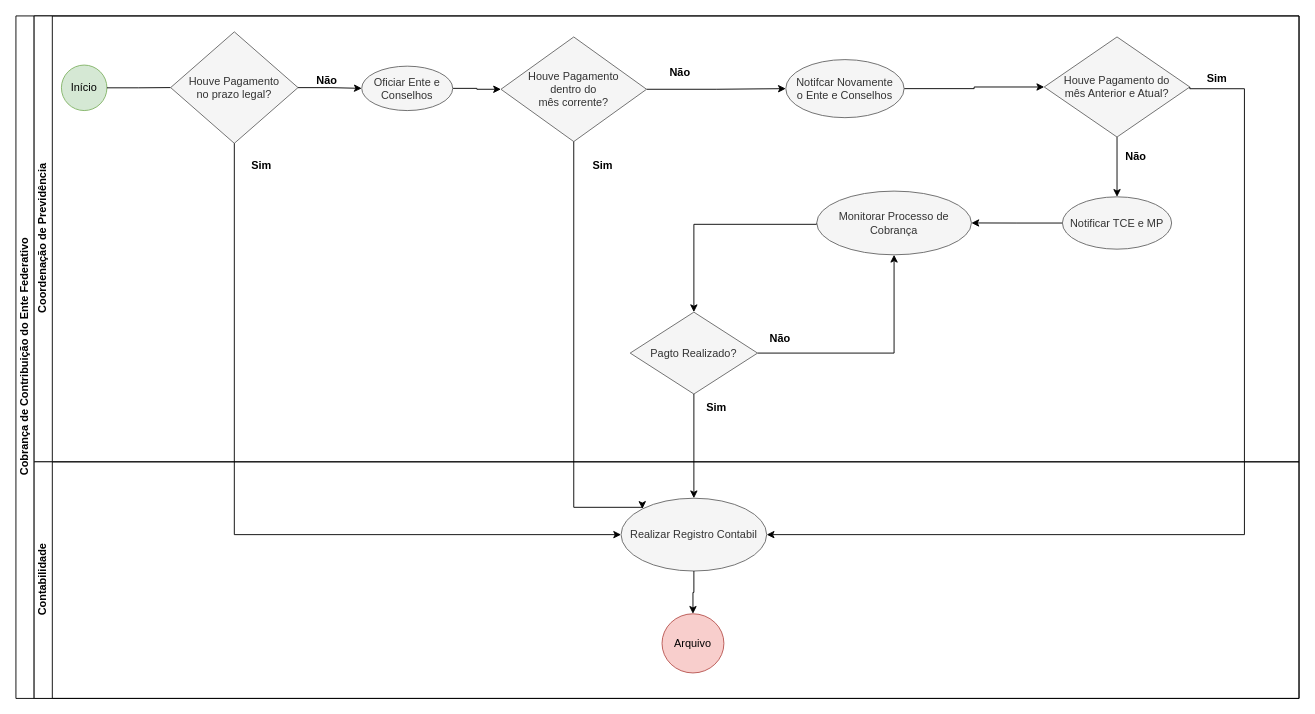
Above: CobrancaAtrasoDoEnte.drawio in Ramaniks/fluxogramas-toledoprev (draw.io), before the change. Source tidied: cells renumbered, new cells numbered last; positions are measured from the earlier drawing's top-left corner, leaving out a move shared by most shapes. Both pictures are drawn from the tidied source at 91%, with x=0, y=0 at pixel (15, 15).
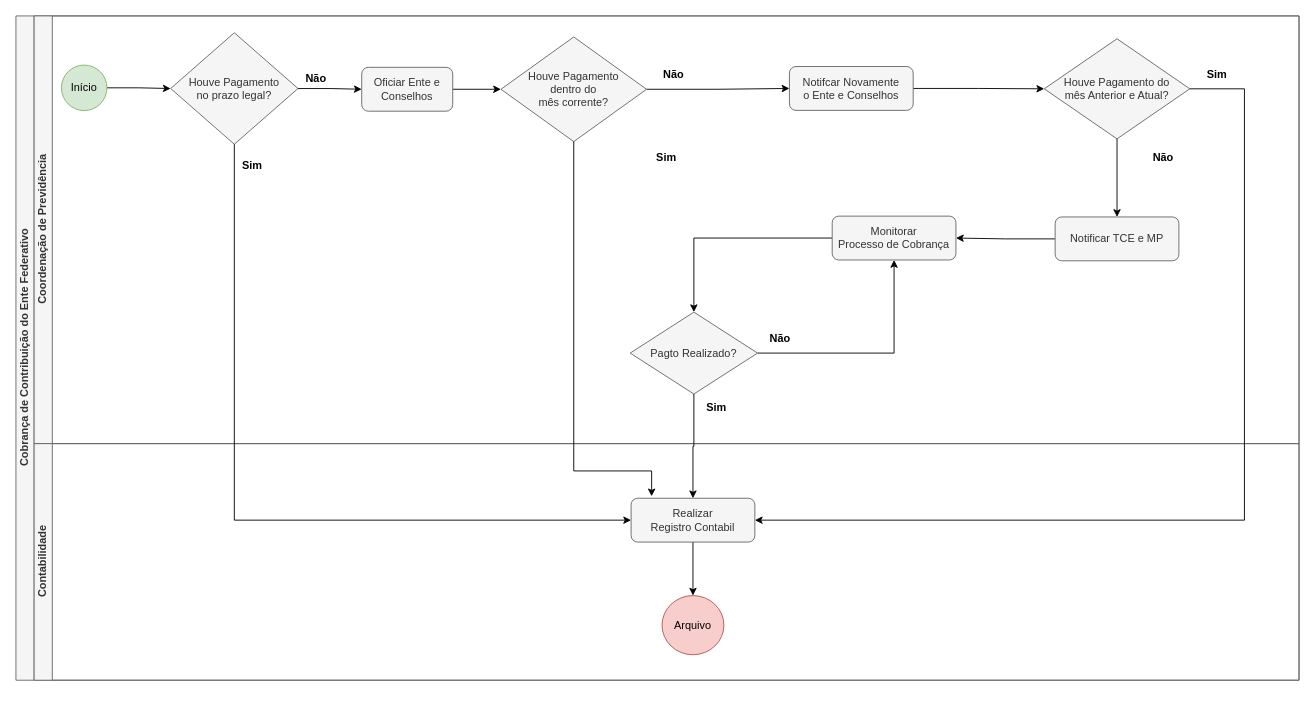
Above is the later version.

Commit message (it also covers changes not shown here):
Colocado no padrão.

Unchanged cells that the change refers to:
```xml
<mxCell id="4" value="Início" style="ellipse;whiteSpace=wrap;html=1;fillColor=#d5e8d4;strokeColor=#82b366;" parent="3" vertex="1">
  <mxGeometry x="30" y="54" width="50" height="50" as="geometry" />
</mxCell>
<mxCell id="20" value="Houve Pagamento&lt;br&gt;dentro do &lt;br&gt;mês corrente?" style="rhombus;whiteSpace=wrap;html=1;fillColor=#f5f5f5;fontColor=#333333;strokeColor=#666666;" parent="3" vertex="1">
  <mxGeometry x="513" y="23.1" width="160" height="115" as="geometry" />
</mxCell>
<mxCell id="26" value="Pagto Realizado?" style="rhombus;whiteSpace=wrap;html=1;fillColor=#f5f5f5;fontColor=#333333;strokeColor=#666666;" parent="3" vertex="1">
  <mxGeometry x="655" y="325.5" width="140" height="90" as="geometry" />
</mxCell>
```

The edit, as a diff of the source:
```diff
@@
-    <mxCell id="2" value="Cobrança de Contribuição do Ente Federativo" style="swimlane;horizontal=0;startSize=20;html=1;" parent="1" vertex="1">
-      <mxGeometry width="1410" height="750" as="geometry" />
+    <mxCell id="2" value="Cobrança de Contribuição do Ente Federativo" style="swimlane;horizontal=0;startSize=20;html=1;fillColor=#f5f5f5;fontColor=#333333;strokeColor=#666666;" parent="1" vertex="1">
+      <mxGeometry width="1410" height="730" as="geometry" />
     </mxCell>
-    <mxCell id="3" value="Coordenação de Previdência" style="swimlane;startSize=20;horizontal=0;html=1;" parent="2" vertex="1">
-      <mxGeometry x="20" width="1390" height="490" as="geometry" />
+    <mxCell id="3" value="Coordenação de Previdência" style="swimlane;startSize=20;horizontal=0;html=1;fillColor=#f5f5f5;fontColor=#333333;strokeColor=#666666;" parent="2" vertex="1">
+      <mxGeometry x="20" width="1390" height="470" as="geometry" />
     </mxCell>
+    <mxCell id="11" style="edgeStyle=orthogonalEdgeStyle;rounded=0;jettySize=auto;html=1;" parent="3" edge="1" source="4" target="13">
+      <mxGeometry relative="1" as="geometry" />
+    </mxCell>
@@
-    <mxCell id="5" style="edgeStyle=orthogonalEdgeStyle;rounded=0;jettySize=auto;html=1;entryX=0;entryY=0.5;entryDx=0;entryDy=0;" parent="3" edge="1" source="6" target="20">
-      <mxGeometry relative="1" as="geometry" />
-    </mxCell>
-    <mxCell id="6" value="Oficiar Ente e Conselhos" style="ellipse;whiteSpace=wrap;html=1;fillColor=#f5f5f5;fontColor=#333333;strokeColor=#666666;" parent="3" vertex="1">
-      <mxGeometry x="360" y="55.2" width="100" height="48.8" as="geometry" />
-    </mxCell>
-    <mxCell id="7" style="edgeStyle=orthogonalEdgeStyle;rounded=0;jettySize=auto;html=1;entryX=0;entryY=0.5;entryDx=0;entryDy=0;" parent="3" edge="1" source="8" target="18">
-      <mxGeometry relative="1" as="geometry" />
-    </mxCell>
-    <mxCell id="8" value="Notifcar Novamente &lt;br&gt;o Ente e Conselhos" style="ellipse;whiteSpace=wrap;html=1;fillColor=#f5f5f5;fontColor=#333333;strokeColor=#666666;" parent="3" vertex="1">
-      <mxGeometry x="826" y="48" width="130" height="63.8" as="geometry" />
-    </mxCell>
-    <mxCell id="9" style="edgeStyle=orthogonalEdgeStyle;rounded=0;jettySize=auto;html=1;exitX=0;exitY=0.5;exitDx=0;exitDy=0;entryX=0.5;entryY=0;entryDx=0;entryDy=0;" parent="3" edge="1" source="10" target="26">
-      <mxGeometry relative="1" as="geometry">
-        <Array as="points">
-          <mxPoint x="725" y="229" />
-        </Array>
-      </mxGeometry>
-    </mxCell>
-    <mxCell id="10" value="Monitorar Processo de Cobrança" style="ellipse;whiteSpace=wrap;html=1;fillColor=#f5f5f5;fontColor=#333333;strokeColor=#666666;" parent="3" vertex="1">
-      <mxGeometry x="860" y="192.5" width="170" height="70" as="geometry" />
-    </mxCell>
-    <mxCell id="11" style="edgeStyle=orthogonalEdgeStyle;rounded=0;jettySize=auto;html=1;endArrow=none;entryX=0;entryY=0.5;entryDx=0;entryDy=0;" parent="3" edge="1" source="4" target="13">
-      <mxGeometry relative="1" as="geometry" />
-    </mxCell>
-    <mxCell id="12" style="edgeStyle=orthogonalEdgeStyle;rounded=0;jettySize=auto;html=1;entryX=0;entryY=0.5;entryDx=0;entryDy=0;" parent="3" edge="1" source="13" target="6">
+    <mxCell id="12" style="edgeStyle=orthogonalEdgeStyle;rounded=0;jettySize=auto;html=1;" parent="3" edge="1" source="13" target="6">
       <mxGeometry relative="1" as="geometry" />
     </mxCell>
     <mxCell id="13" value="Houve Pagamento &lt;br&gt;no prazo legal?" style="rhombus;whiteSpace=wrap;html=1;fillColor=#f5f5f5;fontColor=#333333;strokeColor=#666666;" parent="3" vertex="1">
-      <mxGeometry x="150" y="17.5" width="140" height="122.5" as="geometry" />
+      <mxGeometry x="150" y="18.5" width="140" height="122.5" as="geometry" />
     </mxCell>
     <mxCell id="14" value="Sim" style="text;html=1;strokeColor=none;fillColor=none;align=center;verticalAlign=middle;whiteSpace=wrap;rounded=0;fontStyle=1;" parent="3" vertex="1">
-      <mxGeometry x="220" y="150" width="60" height="30" as="geometry" />
+      <mxGeometry x="210" y="150" width="60" height="30" as="geometry" />
     </mxCell>
     <mxCell id="15" value="Não" style="text;html=1;strokeColor=none;fillColor=none;align=center;verticalAlign=middle;whiteSpace=wrap;rounded=0;fontStyle=1;" parent="3" vertex="1">
-      <mxGeometry x="292" y="56" width="60" height="30" as="geometry" />
+      <mxGeometry x="280" y="54" width="60" height="30" as="geometry" />
     </mxCell>
     <mxCell id="16" value="Não" style="text;html=1;strokeColor=none;fillColor=none;align=center;verticalAlign=middle;whiteSpace=wrap;rounded=0;fontStyle=1;" parent="3" vertex="1">
-      <mxGeometry x="680" y="48" width="60" height="30" as="geometry" />
+      <mxGeometry x="673" y="50" width="60" height="30" as="geometry" />
     </mxCell>
-    <mxCell id="17" style="edgeStyle=orthogonalEdgeStyle;rounded=0;jettySize=auto;html=1;entryX=0.5;entryY=0;entryDx=0;entryDy=0;exitX=0.5;exitY=1;exitDx=0;exitDy=0;" parent="3" edge="1" source="18" target="23">
+    <mxCell id="17" style="edgeStyle=orthogonalEdgeStyle;rounded=0;jettySize=auto;html=1;" parent="3" edge="1" source="18" target="23">
       <mxGeometry relative="1" as="geometry" />
     </mxCell>
     <mxCell id="18" value="Houve Pagamento do &lt;br&gt;mês Anterior e Atual?" style="rhombus;whiteSpace=wrap;html=1;fillColor=#f5f5f5;fontColor=#333333;strokeColor=#666666;" parent="3" vertex="1">
-      <mxGeometry x="1110" y="23.1" width="160" height="110" as="geometry" />
+      <mxGeometry x="1110" y="25.1" width="160" height="110" as="geometry" />
     </mxCell>
-    <mxCell id="19" style="edgeStyle=orthogonalEdgeStyle;rounded=0;jettySize=auto;html=1;exitX=1;exitY=0.5;exitDx=0;exitDy=0;entryX=0;entryY=0.5;entryDx=0;entryDy=0;" parent="3" edge="1" source="20" target="8">
+    <mxCell id="19" style="edgeStyle=orthogonalEdgeStyle;rounded=0;jettySize=auto;html=1;" parent="3" edge="1" source="20" target="8">
       <mxGeometry relative="1" as="geometry" />
     </mxCell>
@@
     <mxCell id="21" value="Sim" style="text;html=1;strokeColor=none;fillColor=none;align=center;verticalAlign=middle;whiteSpace=wrap;rounded=0;fontStyle=1;" parent="3" vertex="1">
-      <mxGeometry x="1270" y="54" width="60" height="30" as="geometry" />
+      <mxGeometry x="1270" y="50" width="60" height="30" as="geometry" />
     </mxCell>
-    <mxCell id="22" style="edgeStyle=orthogonalEdgeStyle;rounded=0;jettySize=auto;html=1;" parent="3" edge="1" source="23" target="10">
-      <mxGeometry relative="1" as="geometry" />
-    </mxCell>
-    <mxCell id="23" value="Notificar TCE e MP" style="ellipse;whiteSpace=wrap;html=1;fillColor=#f5f5f5;fontColor=#333333;strokeColor=#666666;" parent="3" vertex="1">
-      <mxGeometry x="1130" y="198.8" width="120" height="57.5" as="geometry" />
-    </mxCell>
@@
-    <mxCell id="25" style="edgeStyle=orthogonalEdgeStyle;rounded=0;jettySize=auto;html=1;entryX=0.5;entryY=1;entryDx=0;entryDy=0;exitX=1;exitY=0.5;exitDx=0;exitDy=0;" parent="3" edge="1" source="26" target="10">
-      <mxGeometry relative="1" as="geometry">
-        <Array as="points">
-          <mxPoint x="945" y="371" />
-        </Array>
-      </mxGeometry>
+    <mxCell id="25" style="edgeStyle=orthogonalEdgeStyle;rounded=0;jettySize=auto;html=1;entryX=0.5;entryY=1;entryDx=0;entryDy=0;" parent="3" edge="1" source="26" target="10">
+      <mxGeometry relative="1" as="geometry" />
     </mxCell>
@@
     <mxCell id="27" value="Não" style="text;html=1;strokeColor=none;fillColor=none;align=center;verticalAlign=middle;whiteSpace=wrap;rounded=0;fontStyle=1;" parent="3" vertex="1">
-      <mxGeometry x="1181" y="140" width="60" height="30" as="geometry" />
+      <mxGeometry x="1211" y="141" width="60" height="30" as="geometry" />
     </mxCell>
@@
     <mxCell id="29" value="Sim" style="text;html=1;strokeColor=none;fillColor=none;align=center;verticalAlign=middle;whiteSpace=wrap;rounded=0;fontStyle=1;" parent="3" vertex="1">
-      <mxGeometry x="595" y="150" width="60" height="30" as="geometry" />
+      <mxGeometry x="665" y="141" width="60" height="30" as="geometry" />
     </mxCell>
+    <mxCell id="5" style="edgeStyle=orthogonalEdgeStyle;rounded=0;jettySize=auto;html=1;" parent="3" edge="1" source="6" target="20">
+      <mxGeometry relative="1" as="geometry" />
+    </mxCell>
+    <mxCell id="6" value="Oficiar Ente e Conselhos" style="rounded=1;whiteSpace=wrap;html=1;fillColor=#f5f5f5;fontColor=#333333;strokeColor=#666666;" parent="3" vertex="1">
+      <mxGeometry x="360" y="56.5" width="100" height="48.2" as="geometry" />
+    </mxCell>
+    <mxCell id="7" style="edgeStyle=orthogonalEdgeStyle;rounded=0;jettySize=auto;html=1;entryX=0;entryY=0.5;entryDx=0;entryDy=0;" parent="3" edge="1" source="8" target="18">
+      <mxGeometry relative="1" as="geometry" />
+    </mxCell>
+    <mxCell id="8" value="Notifcar Novamente&lt;br style=&quot;border-color: var(--border-color);&quot;&gt;o Ente e Conselhos" style="rounded=1;whiteSpace=wrap;html=1;fillColor=#f5f5f5;fontColor=#333333;strokeColor=#666666;" parent="3" vertex="1">
+      <mxGeometry x="830" y="55.6" width="136" height="48.2" as="geometry" />
+    </mxCell>
+    <mxCell id="22" style="edgeStyle=orthogonalEdgeStyle;rounded=0;jettySize=auto;html=1;" parent="3" edge="1" source="23" target="10">
+      <mxGeometry relative="1" as="geometry" />
+    </mxCell>
+    <mxCell id="23" value="Notificar TCE e MP" style="rounded=1;whiteSpace=wrap;html=1;fillColor=#f5f5f5;fontColor=#333333;strokeColor=#666666;" parent="3" vertex="1">
+      <mxGeometry x="1122" y="220.9" width="136" height="48.2" as="geometry" />
+    </mxCell>
+    <mxCell id="9" style="edgeStyle=orthogonalEdgeStyle;rounded=0;jettySize=auto;html=1;entryX=0.5;entryY=0;entryDx=0;entryDy=0;" parent="3" edge="1" source="10" target="26">
+      <mxGeometry relative="1" as="geometry" />
+    </mxCell>
+    <mxCell id="10" value="Monitorar &lt;br&gt;Processo de Cobrança" style="rounded=1;whiteSpace=wrap;html=1;fillColor=#f5f5f5;fontColor=#333333;strokeColor=#666666;" parent="3" vertex="1">
+      <mxGeometry x="877" y="220" width="136" height="48.2" as="geometry" />
+    </mxCell>
-    <mxCell id="30" value="Contabilidade" style="swimlane;startSize=20;horizontal=0;html=1;" parent="2" vertex="1">
-      <mxGeometry x="20" y="490" width="1390" height="260" as="geometry" />
+    <mxCell id="30" value="Contabilidade" style="swimlane;startSize=20;horizontal=0;html=1;fillColor=#f5f5f5;fontColor=#333333;strokeColor=#666666;" parent="2" vertex="1">
+      <mxGeometry x="20" y="470" width="1390" height="260" as="geometry" />
     </mxCell>
@@
-    <mxCell id="32" value="Realizar Registro Contabil" style="ellipse;whiteSpace=wrap;html=1;fillColor=#f5f5f5;fontColor=#333333;strokeColor=#666666;" parent="30" vertex="1">
-      <mxGeometry x="645" y="40" width="160" height="80" as="geometry" />
-    </mxCell>
@@
+    <mxCell id="32" value="Realizar &lt;br&gt;Registro Contabil" style="rounded=1;whiteSpace=wrap;html=1;fillColor=#f5f5f5;fontColor=#333333;strokeColor=#666666;" parent="30" vertex="1">
+      <mxGeometry x="656" y="60" width="136" height="48.2" as="geometry" />
+    </mxCell>
-    <mxCell id="35" style="edgeStyle=orthogonalEdgeStyle;rounded=0;jettySize=auto;html=1;" parent="2" edge="1" source="26" target="32">
+    <mxCell id="35" style="edgeStyle=orthogonalEdgeStyle;rounded=0;jettySize=auto;html=1;entryX=0.5;entryY=0;entryDx=0;entryDy=0;" parent="2" edge="1" source="26" target="32">
       <mxGeometry relative="1" as="geometry" />
     </mxCell>
-    <mxCell id="36" style="edgeStyle=orthogonalEdgeStyle;rounded=0;jettySize=auto;html=1;entryX=0;entryY=0.5;entryDx=0;entryDy=0;exitX=0.5;exitY=1;exitDx=0;exitDy=0;" parent="2" edge="1" source="13" target="32">
+    <mxCell id="36" style="edgeStyle=orthogonalEdgeStyle;rounded=0;jettySize=auto;html=1;entryX=0;entryY=0.5;entryDx=0;entryDy=0;" parent="2" edge="1" source="13" target="32">
       <mxGeometry relative="1" as="geometry">
         <Array as="points">
-          <mxPoint x="240" y="570" />
+          <mxPoint x="240" y="554" />
         </Array>
       </mxGeometry>
     </mxCell>
-    <mxCell id="37" style="edgeStyle=orthogonalEdgeStyle;rounded=0;jettySize=auto;html=1;entryX=0;entryY=0;entryDx=0;entryDy=0;exitX=0.5;exitY=1;exitDx=0;exitDy=0;" parent="2" edge="1" source="20" target="32">
+    <mxCell id="37" style="edgeStyle=orthogonalEdgeStyle;rounded=0;jettySize=auto;html=1;entryX=0.166;entryY=-0.044;entryDx=0;entryDy=0;entryPerimeter=0;" parent="2" edge="1" source="20" target="32">
       <mxGeometry relative="1" as="geometry">
         <Array as="points">
-          <mxPoint x="613" y="540" />
-          <mxPoint x="688" y="540" />
+          <mxPoint x="613" y="500" />
+          <mxPoint x="699" y="500" />
         </Array>
       </mxGeometry>
     </mxCell>
-    <mxCell id="38" style="edgeStyle=orthogonalEdgeStyle;rounded=0;jettySize=auto;html=1;entryX=1;entryY=0.5;entryDx=0;entryDy=0;exitX=1;exitY=0.5;exitDx=0;exitDy=0;" parent="2" edge="1" source="18" target="32">
+    <mxCell id="38" style="edgeStyle=orthogonalEdgeStyle;rounded=0;jettySize=auto;html=1;entryX=1;entryY=0.5;entryDx=0;entryDy=0;" parent="2" edge="1" source="18" target="32">
       <mxGeometry relative="1" as="geometry">
         <Array as="points">
-          <mxPoint x="1290" y="80" />
           <mxPoint x="1350" y="80" />
-          <mxPoint x="1350" y="570" />
+          <mxPoint x="1350" y="554" />
         </Array>
       </mxGeometry>
     </mxCell>
```
